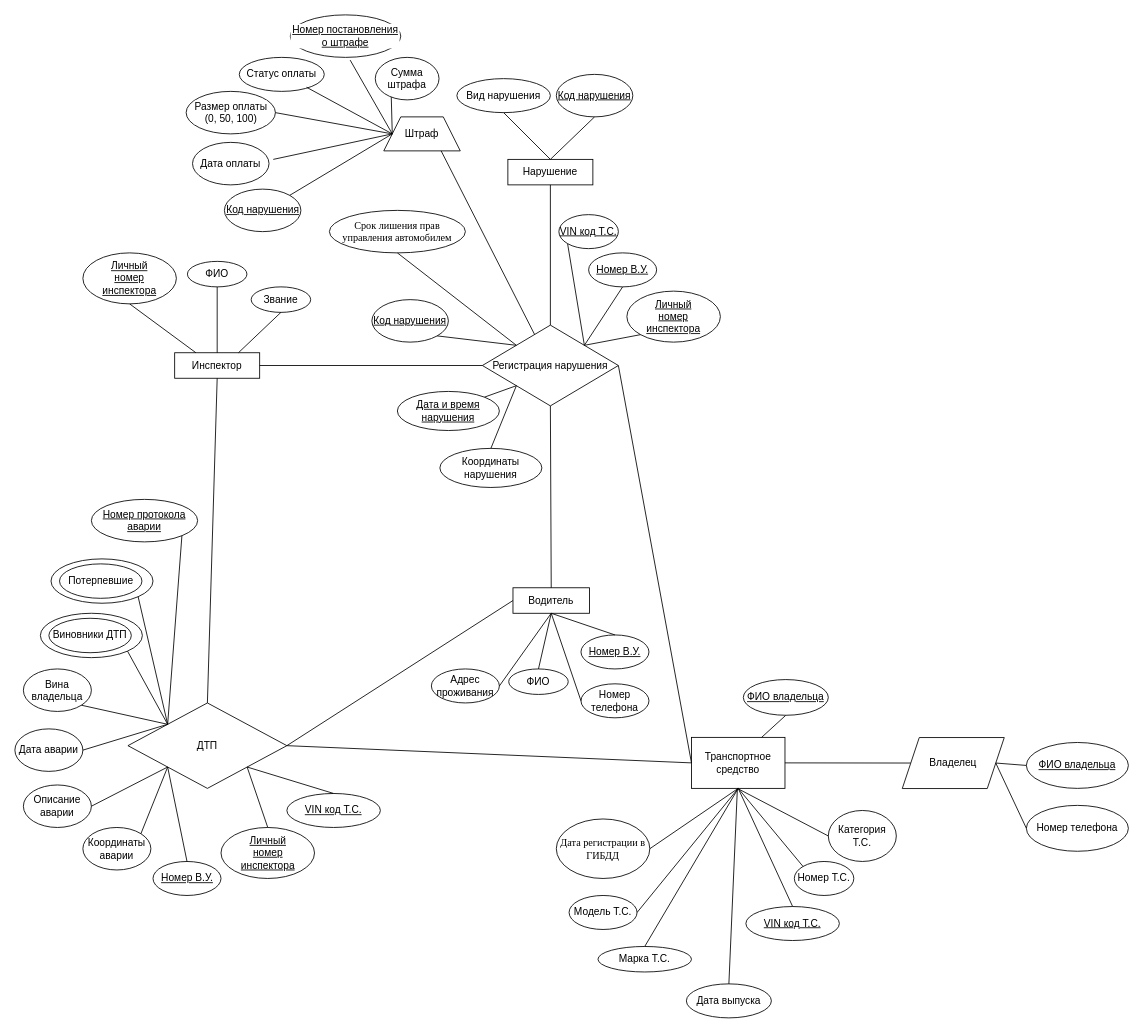
GAIshnik02/dbLab2 keeps this draw.io diagram as Диаграмма без названия.drawio. Above is the earlier version. Source tidied: cells renumbered, new cells numbered last; positions are measured from the earlier drawing's top-left corner, leaving out a move shared by most shapes. Both pictures are drawn from the tidied source at 85%, with x=0, y=0 at pixel (14, 14).
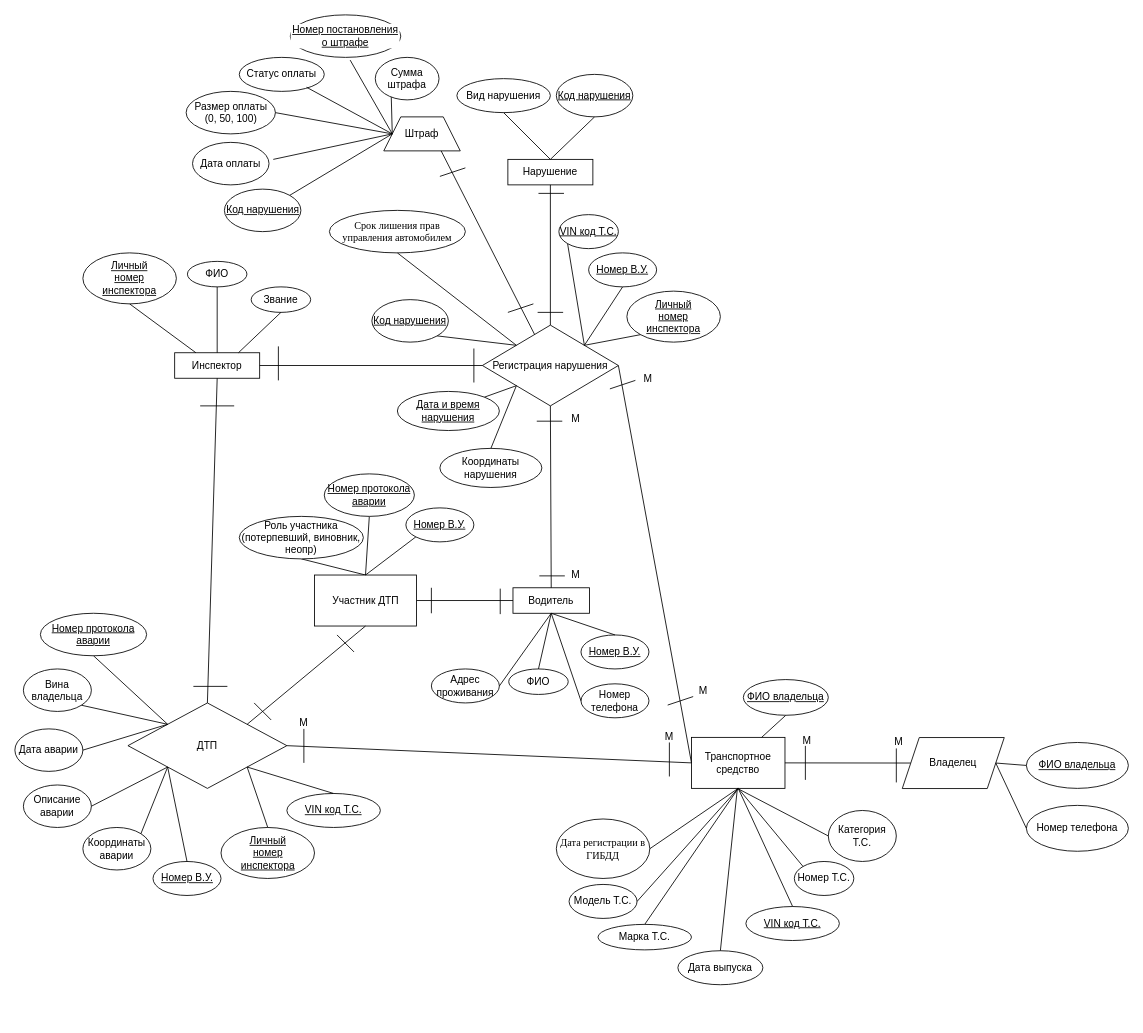
The same diagram, later.

The change refers to these unchanged cells:
```xml
<mxCell id="3" value="Водитель" style="rounded=0;whiteSpace=wrap;html=1;" parent="1" vertex="1">
  <mxGeometry x="586" y="674" width="90" height="30" as="geometry" />
</mxCell>
<mxCell id="61" value="ДТП" style="rhombus;whiteSpace=wrap;html=1;" parent="1" vertex="1">
  <mxGeometry x="133" y="809.5" width="187" height="100.5" as="geometry" />
</mxCell>
```

What changed in the source:
```diff
@@
     <mxCell id="17" value="Модель Т.С." style="ellipse;whiteSpace=wrap;html=1;" parent="1" vertex="1">
-      <mxGeometry x="652" y="1036" width="80" height="40" as="geometry" />
+      <mxGeometry x="652" y="1023" width="80" height="40" as="geometry" />
     </mxCell>
@@
     <mxCell id="19" value="Дата выпуска" style="ellipse;whiteSpace=wrap;html=1;" parent="1" vertex="1">
-      <mxGeometry x="790" y="1140" width="100" height="40" as="geometry" />
+      <mxGeometry x="780" y="1101" width="100" height="40" as="geometry" />
     </mxCell>
@@
     <mxCell id="28" value="Марка Т.С." style="ellipse;whiteSpace=wrap;html=1;" parent="1" vertex="1">
-      <mxGeometry x="686" y="1096" width="110" height="30" as="geometry" />
+      <mxGeometry x="686" y="1070" width="110" height="30" as="geometry" />
     </mxCell>
@@
-    <mxCell id="76" style="group;" parent="1" vertex="1">
-      <mxGeometry x="30" y="704" width="120" height="52.2" as="geometry" />
-    </mxCell>
-    <mxCell id="77" style="ellipse;whiteSpace=wrap;html=1;" parent="76" vertex="1">
-      <mxGeometry width="120" height="52.2" as="geometry" />
-    </mxCell>
-    <mxCell id="78" value="Виновники ДТП" style="ellipse;whiteSpace=wrap;html=1;" parent="76" vertex="1">
-      <mxGeometry x="10" y="5.9" width="97" height="40.5" as="geometry" />
-    </mxCell>
-    <mxCell id="79" style="group;" parent="1" vertex="1">
-      <mxGeometry x="42.5" y="640" width="120" height="52.2" as="geometry" />
-    </mxCell>
-    <mxCell id="80" style="ellipse;whiteSpace=wrap;html=1;" parent="79" vertex="1">
-      <mxGeometry width="120" height="52.2" as="geometry" />
-    </mxCell>
-    <mxCell id="81" value="Потерпевшие" style="ellipse;whiteSpace=wrap;html=1;" parent="79" vertex="1">
-      <mxGeometry x="10" y="5.9" width="97" height="40.5" as="geometry" />
-    </mxCell>
@@
-    <mxCell id="86" style="endArrow=none;html=1;rounded=0;entryX=0;entryY=0.5;entryDx=0;entryDy=0;exitX=1;exitY=0.5;exitDx=0;exitDy=0;" parent="1" edge="1" source="61" target="3">
+    <mxCell id="86" style="endArrow=none;html=1;rounded=0;entryX=0;entryY=0.5;entryDx=0;entryDy=0;exitX=1;exitY=0.5;exitDx=0;exitDy=0;" parent="1" edge="1" source="108" target="3">
       <mxGeometry relative="1" as="geometry" />
     </mxCell>
@@
-    <mxCell id="95" style="endArrow=none;html=1;rounded=0;exitX=0;exitY=0;exitDx=0;exitDy=0;entryX=1;entryY=1;entryDx=0;entryDy=0;" parent="1" edge="1" source="61" target="77">
+    <mxCell id="95" style="endArrow=none;html=1;rounded=0;exitX=0.5;exitY=0;exitDx=0;exitDy=0;entryX=0.5;entryY=1;entryDx=0;entryDy=0;" parent="1" edge="1" source="108" target="111">
       <mxGeometry relative="1" as="geometry" />
     </mxCell>
-    <mxCell id="96" style="endArrow=none;html=1;rounded=0;exitX=0;exitY=0;exitDx=0;exitDy=0;entryX=1;entryY=1;entryDx=0;entryDy=0;" parent="1" edge="1" source="61" target="80">
+    <mxCell id="96" style="endArrow=none;html=1;rounded=0;exitX=0.5;exitY=0;exitDx=0;exitDy=0;entryX=0.5;entryY=1;entryDx=0;entryDy=0;" parent="1" edge="1" source="108" target="110">
       <mxGeometry relative="1" as="geometry" />
     </mxCell>
     <mxCell id="97" value="Номер протокола аварии" style="ellipse;whiteSpace=wrap;html=1;fontStyle=4;" parent="1" vertex="1">
-      <mxGeometry x="90" y="570" width="125" height="50" as="geometry" />
+      <mxGeometry x="30" y="704" width="125" height="50" as="geometry" />
     </mxCell>
-    <mxCell id="98" style="endArrow=none;html=1;rounded=0;exitX=1;exitY=1;exitDx=0;exitDy=0;entryX=0;entryY=0;entryDx=0;entryDy=0;" parent="1" edge="1" source="97" target="61">
+    <mxCell id="98" style="endArrow=none;html=1;rounded=0;exitX=0.5;exitY=1;exitDx=0;exitDy=0;entryX=0;entryY=0;entryDx=0;entryDy=0;" parent="1" edge="1" source="97" target="61">
       <mxGeometry relative="1" as="geometry" />
     </mxCell>
@@
+    <mxCell id="108" value="Участник ДТП" style="rounded=0;whiteSpace=wrap;html=1;" parent="1" vertex="1">
+      <mxGeometry x="352.5" y="659" width="120" height="60" as="geometry" />
+    </mxCell>
+    <mxCell id="109" style="endArrow=none;html=1;rounded=0;exitX=1;exitY=0;exitDx=0;exitDy=0;entryX=0.5;entryY=1;entryDx=0;entryDy=0;" parent="1" edge="1" source="61" target="108">
+      <mxGeometry relative="1" as="geometry" />
+    </mxCell>
+    <mxCell id="110" value="Роль участника (потерпевший, виновник, неопр)" style="ellipse;whiteSpace=wrap;html=1;" parent="1" vertex="1">
+      <mxGeometry x="264" y="590" width="146" height="50" as="geometry" />
+    </mxCell>
+    <mxCell id="111" value="Номер протокола аварии" style="ellipse;whiteSpace=wrap;html=1;fontStyle=4;" parent="1" vertex="1">
+      <mxGeometry x="364" y="540" width="106" height="50" as="geometry" />
+    </mxCell>
+    <mxCell id="112" value="Номер В.У." style="ellipse;whiteSpace=wrap;html=1;fontStyle=4;" parent="1" vertex="1">
+      <mxGeometry x="460" y="580" width="80" height="40" as="geometry" />
+    </mxCell>
+    <mxCell id="113" style="endArrow=none;html=1;rounded=0;entryX=0;entryY=1;entryDx=0;entryDy=0;exitX=0.5;exitY=0;exitDx=0;exitDy=0;" parent="1" edge="1" source="108" target="112">
+      <mxGeometry relative="1" as="geometry" />
+    </mxCell>
+    <mxCell id="114" style="endArrow=none;html=1;rounded=0;" parent="1" edge="1">
+      <mxGeometry relative="1" as="geometry">
+        <mxPoint x="340" y="880" as="sourcePoint" />
+        <mxPoint x="340" y="840" as="targetPoint" />
+      </mxGeometry>
+    </mxCell>
+    <mxCell id="115" style="endArrow=none;html=1;rounded=0;" parent="1" edge="1">
+      <mxGeometry relative="1" as="geometry">
+        <mxPoint x="770" y="896" as="sourcePoint" />
+        <mxPoint x="770" y="856" as="targetPoint" />
+      </mxGeometry>
+    </mxCell>
+    <mxCell id="116" style="endArrow=none;html=1;rounded=0;" parent="1" edge="1">
+      <mxGeometry relative="1" as="geometry">
+        <mxPoint x="930" y="900" as="sourcePoint" />
+        <mxPoint x="930" y="860" as="targetPoint" />
+      </mxGeometry>
+    </mxCell>
+    <mxCell id="117" style="endArrow=none;html=1;rounded=0;" parent="1" edge="1">
+      <mxGeometry relative="1" as="geometry">
+        <mxPoint x="1037" y="903" as="sourcePoint" />
+        <mxPoint x="1037" y="863" as="targetPoint" />
+      </mxGeometry>
+    </mxCell>
+    <mxCell id="118" style="endArrow=none;html=1;rounded=0;" parent="1" edge="1">
+      <mxGeometry relative="1" as="geometry">
+        <mxPoint x="281.5" y="809.5" as="sourcePoint" />
+        <mxPoint x="301.5" y="829.5" as="targetPoint" />
+      </mxGeometry>
+    </mxCell>
+    <mxCell id="119" style="endArrow=none;html=1;rounded=0;" parent="1" edge="1">
+      <mxGeometry relative="1" as="geometry">
+        <mxPoint x="379" y="729.5" as="sourcePoint" />
+        <mxPoint x="399" y="749.5" as="targetPoint" />
+      </mxGeometry>
+    </mxCell>
+    <mxCell id="120" style="endArrow=none;html=1;rounded=0;" parent="1" edge="1">
+      <mxGeometry relative="1" as="geometry">
+        <mxPoint x="490" y="704" as="sourcePoint" />
+        <mxPoint x="490" y="674" as="targetPoint" />
+      </mxGeometry>
+    </mxCell>
+    <mxCell id="121" style="endArrow=none;html=1;rounded=0;" parent="1" edge="1">
+      <mxGeometry relative="1" as="geometry">
+        <mxPoint x="571" y="705" as="sourcePoint" />
+        <mxPoint x="571" y="675" as="targetPoint" />
+      </mxGeometry>
+    </mxCell>
+    <mxCell id="122" style="endArrow=none;html=1;rounded=0;" parent="1" edge="1">
+      <mxGeometry relative="1" as="geometry">
+        <mxPoint x="617" y="660" as="sourcePoint" />
+        <mxPoint x="647" y="660" as="targetPoint" />
+      </mxGeometry>
+    </mxCell>
+    <mxCell id="123" style="endArrow=none;html=1;rounded=0;" parent="1" edge="1">
+      <mxGeometry relative="1" as="geometry">
+        <mxPoint x="614" y="478" as="sourcePoint" />
+        <mxPoint x="644" y="478" as="targetPoint" />
+      </mxGeometry>
+    </mxCell>
+    <mxCell id="124" style="endArrow=none;html=1;rounded=0;" parent="1" edge="1">
+      <mxGeometry relative="1" as="geometry">
+        <mxPoint x="700" y="440" as="sourcePoint" />
+        <mxPoint x="730" y="430" as="targetPoint" />
+      </mxGeometry>
+    </mxCell>
+    <mxCell id="125" style="endArrow=none;html=1;rounded=0;" parent="1" edge="1">
+      <mxGeometry relative="1" as="geometry">
+        <mxPoint x="768" y="812" as="sourcePoint" />
+        <mxPoint x="798" y="802" as="targetPoint" />
+      </mxGeometry>
+    </mxCell>
+    <mxCell id="126" style="endArrow=none;html=1;rounded=0;" parent="1" edge="1">
+      <mxGeometry relative="1" as="geometry">
+        <mxPoint x="615" y="350" as="sourcePoint" />
+        <mxPoint x="645" y="350" as="targetPoint" />
+      </mxGeometry>
+    </mxCell>
+    <mxCell id="127" style="endArrow=none;html=1;rounded=0;" parent="1" edge="1">
+      <mxGeometry relative="1" as="geometry">
+        <mxPoint x="616" y="210" as="sourcePoint" />
+        <mxPoint x="646" y="210" as="targetPoint" />
+      </mxGeometry>
+    </mxCell>
+    <mxCell id="128" style="endArrow=none;html=1;rounded=0;" parent="1" edge="1">
+      <mxGeometry relative="1" as="geometry">
+        <mxPoint x="580" y="350" as="sourcePoint" />
+        <mxPoint x="610" y="340" as="targetPoint" />
+      </mxGeometry>
+    </mxCell>
+    <mxCell id="129" style="endArrow=none;html=1;rounded=0;" parent="1" edge="1">
+      <mxGeometry relative="1" as="geometry">
+        <mxPoint x="500" y="190" as="sourcePoint" />
+        <mxPoint x="530" y="180" as="targetPoint" />
+      </mxGeometry>
+    </mxCell>
+    <mxCell id="130" style="endArrow=none;html=1;rounded=0;" parent="1" edge="1">
+      <mxGeometry relative="1" as="geometry">
+        <mxPoint x="310" y="390" as="sourcePoint" />
+        <mxPoint x="310" y="430" as="targetPoint" />
+      </mxGeometry>
+    </mxCell>
+    <mxCell id="131" style="endArrow=none;html=1;rounded=0;" parent="1" edge="1">
+      <mxGeometry relative="1" as="geometry">
+        <mxPoint x="540" y="392.5" as="sourcePoint" />
+        <mxPoint x="540" y="432.5" as="targetPoint" />
+      </mxGeometry>
+    </mxCell>
+    <mxCell id="132" style="endArrow=none;html=1;rounded=0;" parent="1" edge="1">
+      <mxGeometry relative="1" as="geometry">
+        <mxPoint x="210" y="790" as="sourcePoint" />
+        <mxPoint x="250" y="790" as="targetPoint" />
+      </mxGeometry>
+    </mxCell>
+    <mxCell id="133" style="endArrow=none;html=1;rounded=0;" parent="1" edge="1">
+      <mxGeometry relative="1" as="geometry">
+        <mxPoint x="218" y="460" as="sourcePoint" />
+        <mxPoint x="258" y="460" as="targetPoint" />
+      </mxGeometry>
+    </mxCell>
+    <mxCell id="134" value="M" style="text;strokeColor=none;align=center;fillColor=none;html=1;verticalAlign=middle;whiteSpace=wrap;rounded=0;" parent="1" vertex="1">
+      <mxGeometry x="1010" y="840" width="60" height="30" as="geometry" />
+    </mxCell>
+    <mxCell id="135" value="M" style="text;strokeColor=none;align=center;fillColor=none;html=1;verticalAlign=middle;whiteSpace=wrap;rounded=0;" parent="1" vertex="1">
+      <mxGeometry x="902" y="839" width="60" height="30" as="geometry" />
+    </mxCell>
+    <mxCell id="136" value="M" style="text;strokeColor=none;align=center;fillColor=none;html=1;verticalAlign=middle;whiteSpace=wrap;rounded=0;" parent="1" vertex="1">
+      <mxGeometry x="740" y="834" width="60" height="30" as="geometry" />
+    </mxCell>
+    <mxCell id="137" value="M" style="text;strokeColor=none;align=center;fillColor=none;html=1;verticalAlign=middle;whiteSpace=wrap;rounded=0;" parent="1" vertex="1">
+      <mxGeometry x="310" y="817.5" width="60" height="30" as="geometry" />
+    </mxCell>
+    <mxCell id="138" value="M" style="text;strokeColor=none;align=center;fillColor=none;html=1;verticalAlign=middle;whiteSpace=wrap;rounded=0;" parent="1" vertex="1">
+      <mxGeometry x="780" y="779.5" width="60" height="30" as="geometry" />
+    </mxCell>
+    <mxCell id="139" value="M" style="text;strokeColor=none;align=center;fillColor=none;html=1;verticalAlign=middle;whiteSpace=wrap;rounded=0;" parent="1" vertex="1">
+      <mxGeometry x="715" y="413" width="60" height="30" as="geometry" />
+    </mxCell>
+    <mxCell id="140" value="M" style="text;strokeColor=none;align=center;fillColor=none;html=1;verticalAlign=middle;whiteSpace=wrap;rounded=0;" parent="1" vertex="1">
+      <mxGeometry x="630" y="460" width="60" height="30" as="geometry" />
+    </mxCell>
+    <mxCell id="141" value="M" style="text;strokeColor=none;align=center;fillColor=none;html=1;verticalAlign=middle;whiteSpace=wrap;rounded=0;" parent="1" vertex="1">
+      <mxGeometry x="630" y="644" width="60" height="30" as="geometry" />
+    </mxCell>
```
